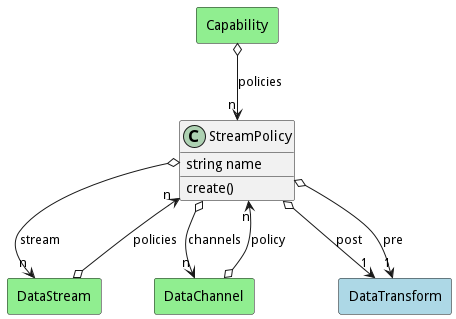
This is docs/sabr/diml/dsm/models/streampolicy/logical.png from madajaju/sabr, a PlantUML export, as it was before one commit.
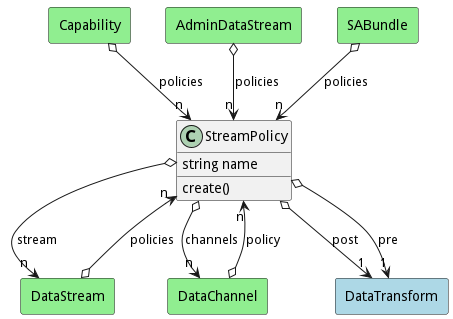
The same file after the commit.

Change to the diagram source:
```diff
@@ -48,5 +48,15 @@
 
         DataStream   o--> "n" Model : "policies"
 
+    rectangle "AdminDataStream" as AdminDataStream #lightgreen {
+    }
+
+        AdminDataStream   o--> "n" Model : "policies"
+
+    rectangle "SABundle" as SABundle #lightgreen {
+    }
+
+        SABundle   o--> "n" Model : "policies"
+
 
 @enduml
```
